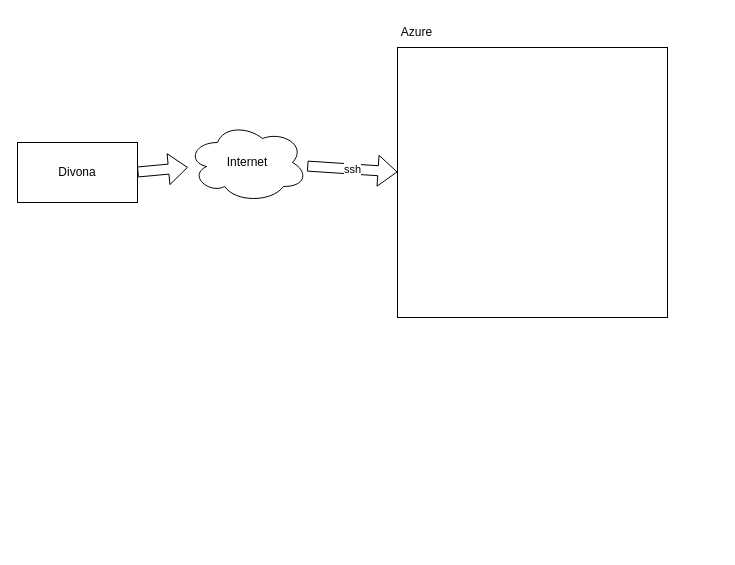
Above: Diagramme sans nom.drawio in abdel-adesso/my-first-static-web-app (draw.io), before the change. Source tidied: cells renumbered, new cells numbered last; positions are measured from the earlier drawing's top-left corner, leaving out a move shared by most shapes. Both pictures are drawn from the tidied source at 100%, with x=0, y=0 at pixel (17, 17).
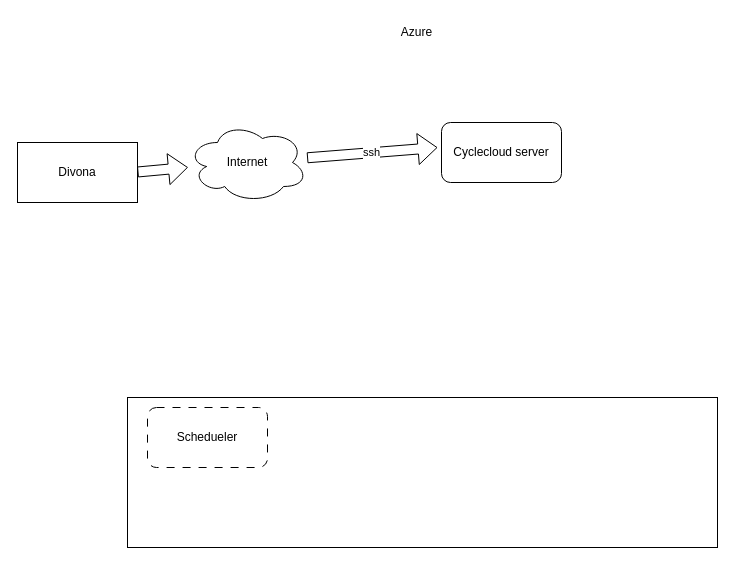
After the change.

What changed in the source:
```diff
@@
 <mxGraphModel>
   <root>
     <mxCell id="0" />
     <mxCell id="1" parent="0" />
     <mxCell id="2" value="Divona" style="rounded=0;whiteSpace=wrap;html=1;" parent="1" vertex="1">
       <mxGeometry y="125" width="120" height="60" as="geometry" />
     </mxCell>
     <mxCell id="3" value="ssh" style="shape=flexArrow;endArrow=classic;html=1;rounded=0;" parent="1" edge="1" source="5">
       <mxGeometry relative="1" as="geometry">
-        <mxPoint x="380" y="154.5" as="targetPoint" />
+        <mxPoint x="420" y="130" as="targetPoint" />
       </mxGeometry>
     </mxCell>
     <mxCell id="4" style="shape=flexArrow;endArrow=classic;html=1;rounded=0;" parent="1" edge="1" target="5">
       <mxGeometry relative="1" as="geometry">
         <mxPoint x="120" y="154.5" as="sourcePoint" />
       </mxGeometry>
     </mxCell>
     <mxCell id="5" value="Internet" style="ellipse;shape=cloud;whiteSpace=wrap;html=1;" parent="1" vertex="1">
       <mxGeometry x="170" y="105" width="120" height="80" as="geometry" />
     </mxCell>
-    <mxCell id="6" style="whiteSpace=wrap;html=1;" parent="1" vertex="1">
-      <mxGeometry x="380" y="30" width="270" height="270" as="geometry" />
-    </mxCell>
     <mxCell id="7" value="Azure" style="text;html=1;align=center;verticalAlign=middle;strokeColor=none;fillColor=none;" parent="1" vertex="1">
       <mxGeometry x="374" width="50" height="30" as="geometry" />
     </mxCell>
+    <mxCell id="8" value="Cyclecloud server" style="rounded=1;whiteSpace=wrap;html=1;" parent="1" vertex="1">
+      <mxGeometry x="424" y="105" width="120" height="60" as="geometry" />
+    </mxCell>
+    <mxCell id="9" value="&lt;div&gt;Schedueler&lt;/div&gt;" style="rounded=1;whiteSpace=wrap;html=1;dashed=1;dashPattern=8 8;" parent="1" vertex="1">
+      <mxGeometry x="130" y="390" width="120" height="60" as="geometry" />
+    </mxCell>
+    <mxCell id="10" style="rounded=0;whiteSpace=wrap;html=1;fillColor=none;" parent="1" vertex="1">
+      <mxGeometry x="110" y="380" width="590" height="150" as="geometry" />
+    </mxCell>
   </root>
 </mxGraphModel>
```
